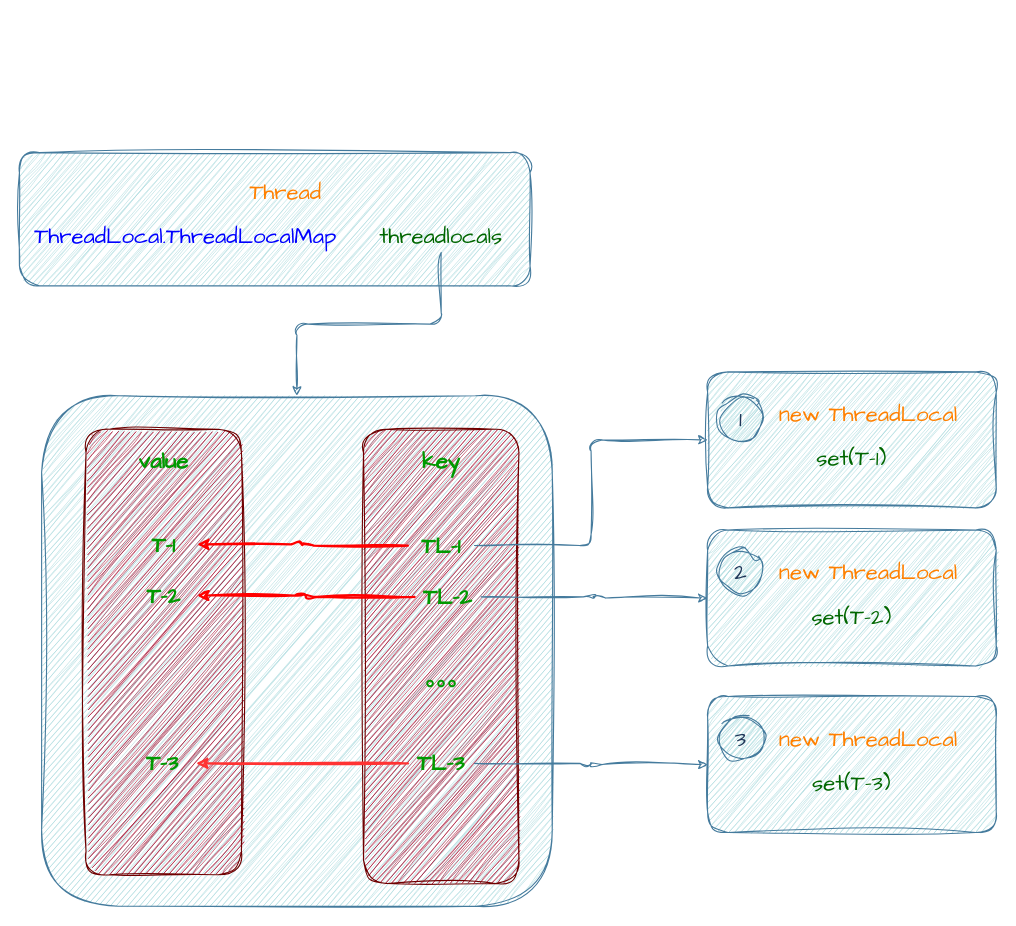
Earlier version of the draw.io diagram 未命名绘图.drawio (leeframe/picture). Source tidied: cells renumbered, new cells numbered last; positions are measured from the earlier drawing's top-left corner, leaving out a move shared by most shapes. Both pictures are drawn from the tidied source at 111%, with x=0, y=0 at pixel (19, 152).
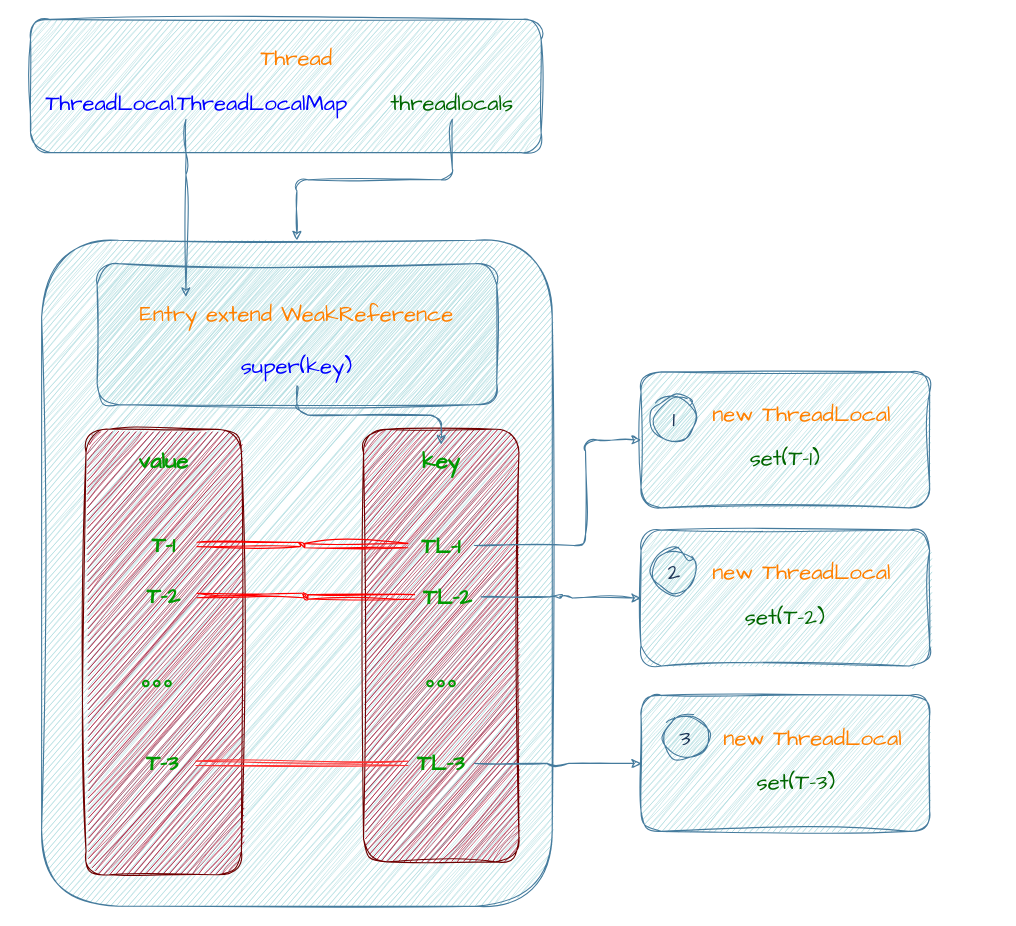
After the change.

Unchanged cells that the change refers to:
```xml
<mxCell id="11" value="key" style="text;html=1;strokeColor=none;fillColor=none;align=center;verticalAlign=middle;whiteSpace=wrap;rounded=0;fontSize=20;fontFamily=Architects Daughter;fontColor=#009900;fontStyle=1;" parent="7" vertex="1">
  <mxGeometry x="330" y="24" width="60" height="30" as="geometry" />
</mxCell>
<mxCell id="14" value="TL-1" style="text;html=1;strokeColor=none;fillColor=none;align=center;verticalAlign=middle;whiteSpace=wrap;rounded=0;fontSize=20;fontFamily=Architects Daughter;fontColor=#009900;fontStyle=1;" parent="7" vertex="1">
  <mxGeometry x="330" y="100" width="60" height="30" as="geometry" />
</mxCell>
<mxCell id="16" value="TL-2" style="text;html=1;strokeColor=none;fillColor=none;align=center;verticalAlign=middle;whiteSpace=wrap;rounded=0;fontSize=20;fontFamily=Architects Daughter;fontColor=#009900;fontStyle=1;" parent="7" vertex="1">
  <mxGeometry x="336" y="146.2" width="60" height="30" as="geometry" />
</mxCell>
<mxCell id="18" value="TL-3" style="text;html=1;strokeColor=none;fillColor=none;align=center;verticalAlign=middle;whiteSpace=wrap;rounded=0;fontSize=20;fontFamily=Architects Daughter;fontColor=#009900;fontStyle=1;" parent="7" vertex="1">
  <mxGeometry x="330" y="296.2" width="60" height="30" as="geometry" />
</mxCell>
<mxCell id="20" value="T-1" style="text;html=1;strokeColor=none;fillColor=none;align=center;verticalAlign=middle;whiteSpace=wrap;rounded=0;fontSize=20;fontFamily=Architects Daughter;fontColor=#009900;fontStyle=1;" parent="7" vertex="1">
  <mxGeometry x="80" y="99" width="60" height="30" as="geometry" />
</mxCell>
<mxCell id="21" value="T-2" style="text;html=1;strokeColor=none;fillColor=none;align=center;verticalAlign=middle;whiteSpace=wrap;rounded=0;fontSize=20;fontFamily=Architects Daughter;fontColor=#009900;fontStyle=1;" parent="7" vertex="1">
  <mxGeometry x="80" y="145" width="60" height="30" as="geometry" />
</mxCell>
<mxCell id="22" value="T-3" style="text;html=1;strokeColor=none;fillColor=none;align=center;verticalAlign=middle;whiteSpace=wrap;rounded=0;fontSize=20;fontFamily=Architects Daughter;fontColor=#009900;fontStyle=1;" parent="7" vertex="1">
  <mxGeometry x="79" y="296.2" width="60" height="30" as="geometry" />
</mxCell>
<mxCell id="24" style="group;" parent="23" vertex="1">
  <mxGeometry width="260" height="122.5" as="geometry" />
</mxCell>
<mxCell id="30" style="rounded=1;whiteSpace=wrap;html=1;shadow=0;labelBackgroundColor=none;fillColor=#A8DADC;strokeColor=#457B9D;fontColor=#1D3557;sketch=1;curveFitting=1;jiggle=2;" parent="29" vertex="1">
  <mxGeometry width="260" height="122.5" as="geometry" />
</mxCell>
```

What changed in the source:
```diff
@@
-    <mxCell id="2" style="rounded=1;whiteSpace=wrap;html=1;shadow=0;labelBackgroundColor=none;fillColor=#A8DADC;strokeColor=#457B9D;fontColor=#1D3557;sketch=1;curveFitting=1;jiggle=2;" parent="1" vertex="1">
-      <mxGeometry width="460" height="120" as="geometry" />
-    </mxCell>
-    <mxCell id="3" value="Thread" style="text;html=1;strokeColor=none;fillColor=none;align=center;verticalAlign=middle;whiteSpace=wrap;rounded=0;fontSize=20;fontFamily=Architects Daughter;fontColor=#FF8000;" parent="1" vertex="1">
-      <mxGeometry x="210" y="20" width="60" height="30" as="geometry" />
-    </mxCell>
-    <mxCell id="4" value="ThreadLocal.ThreadLocalMap" style="text;html=1;strokeColor=none;fillColor=none;align=center;verticalAlign=middle;whiteSpace=wrap;rounded=0;fontSize=20;fontFamily=Architects Daughter;fontColor=#0000FF;" parent="1" vertex="1">
-      <mxGeometry x="10" y="60" width="280" height="30" as="geometry" />
-    </mxCell>
-    <mxCell id="5" style="edgeStyle=orthogonalEdgeStyle;rounded=1;sketch=1;hachureGap=4;jiggle=2;curveFitting=1;jettySize=auto;html=1;strokeColor=#457B9D;fontFamily=Architects Daughter;fontSize=16;fontColor=#1D3557;fillColor=#A8DADC;" parent="1" edge="1" source="6" target="8">
-      <mxGeometry relative="1" as="geometry" />
-    </mxCell>
-    <mxCell id="6" value="threadlocals" style="text;html=1;strokeColor=none;fillColor=none;align=center;verticalAlign=middle;whiteSpace=wrap;rounded=0;fontSize=20;fontFamily=Architects Daughter;fontColor=#006600;" parent="1" vertex="1">
-      <mxGeometry x="310" y="60" width="140" height="30" as="geometry" />
-    </mxCell>
+    <mxCell id="42" style="group;" parent="1" vertex="1">
+      <mxGeometry x="10" y="-120" width="870" height="799" as="geometry" />
+    </mxCell>
-    <mxCell id="7" style="group;" parent="1" vertex="1">
-      <mxGeometry x="20" y="239" width="460" height="440" as="geometry" />
+    <mxCell id="7" style="group;" parent="42" vertex="1">
+      <mxGeometry x="10" y="359" width="460" height="440" as="geometry" />
     </mxCell>
     <mxCell id="8" style="rounded=1;whiteSpace=wrap;html=1;shadow=0;labelBackgroundColor=none;fillColor=#A8DADC;strokeColor=#457B9D;fontColor=#1D3557;sketch=1;curveFitting=1;jiggle=2;" parent="7" vertex="1">
-      <mxGeometry y="-20" width="460" height="460" as="geometry" />
+      <mxGeometry y="-160" width="460" height="600" as="geometry" />
     </mxCell>
@@
     <mxCell id="10" style="rounded=1;whiteSpace=wrap;html=1;shadow=0;labelBackgroundColor=none;fillColor=#a20025;strokeColor=#6F0000;sketch=1;curveFitting=1;jiggle=2;fontColor=#ffffff;" parent="7" vertex="1">
-      <mxGeometry x="290" y="10.2" width="140" height="409.3" as="geometry" />
+      <mxGeometry x="290" y="10.2" width="140" height="389.8" as="geometry" />
     </mxCell>
@@
-    <mxCell id="13" style="edgeStyle=orthogonalEdgeStyle;rounded=1;sketch=1;hachureGap=4;jiggle=2;curveFitting=1;jettySize=auto;html=1;entryX=1;entryY=0.5;entryDx=0;entryDy=0;strokeColor=#FF0000;fontFamily=Architects Daughter;fontSize=16;fontColor=#1D3557;fillColor=#A8DADC;strokeWidth=2;" parent="7" edge="1" source="14" target="20">
+    <mxCell id="13" style="edgeStyle=orthogonalEdgeStyle;rounded=1;sketch=1;hachureGap=4;jiggle=2;curveFitting=1;jettySize=auto;html=1;entryX=1;entryY=0.5;entryDx=0;entryDy=0;strokeColor=#FF0000;fontFamily=Architects Daughter;fontSize=16;fontColor=#1D3557;fillColor=#A8DADC;strokeWidth=1;shape=link;" parent="7" edge="1" source="14" target="20">
       <mxGeometry relative="1" as="geometry" />
     </mxCell>
@@
-    <mxCell id="15" style="edgeStyle=orthogonalEdgeStyle;rounded=1;sketch=1;hachureGap=4;jiggle=2;curveFitting=1;jettySize=auto;html=1;entryX=1;entryY=0.5;entryDx=0;entryDy=0;strokeColor=#FF0000;fontFamily=Architects Daughter;fontSize=16;fontColor=#1D3557;fillColor=#A8DADC;strokeWidth=2;" parent="7" edge="1" source="16" target="21">
+    <mxCell id="15" style="edgeStyle=orthogonalEdgeStyle;rounded=1;sketch=1;hachureGap=4;jiggle=2;curveFitting=1;jettySize=auto;html=1;entryX=1;entryY=0.5;entryDx=0;entryDy=0;strokeColor=#FF0000;fontFamily=Architects Daughter;fontSize=16;fontColor=#1D3557;fillColor=#A8DADC;strokeWidth=1;shape=link;" parent="7" edge="1" source="16" target="21">
       <mxGeometry relative="1" as="geometry" />
     </mxCell>
@@
-    <mxCell id="17" style="edgeStyle=orthogonalEdgeStyle;rounded=1;sketch=1;hachureGap=4;jiggle=2;curveFitting=1;jettySize=auto;html=1;entryX=1;entryY=0.5;entryDx=0;entryDy=0;strokeColor=#FF3333;fontFamily=Architects Daughter;fontSize=16;fontColor=#1D3557;fillColor=#A8DADC;strokeWidth=2;" parent="7" edge="1" source="18" target="22">
+    <mxCell id="17" style="edgeStyle=orthogonalEdgeStyle;rounded=1;sketch=1;hachureGap=4;jiggle=2;curveFitting=1;jettySize=auto;html=1;entryX=1;entryY=0.5;entryDx=0;entryDy=0;strokeColor=#FF3333;fontFamily=Architects Daughter;fontSize=16;fontColor=#1D3557;fillColor=#A8DADC;strokeWidth=1;shape=link;" parent="7" edge="1" source="18" target="22">
       <mxGeometry relative="1" as="geometry" />
     </mxCell>
@@
+    <mxCell id="43" value="。。。" style="text;html=1;strokeColor=none;fillColor=none;align=center;verticalAlign=middle;whiteSpace=wrap;rounded=0;fontSize=20;fontFamily=Architects Daughter;fontColor=#009900;fontStyle=1;" parent="7" vertex="1">
+      <mxGeometry x="80" y="220" width="60" height="30" as="geometry" />
+    </mxCell>
+    <mxCell id="44" style="group;" parent="7" vertex="1">
+      <mxGeometry x="50" y="-139" width="360" height="127" as="geometry" />
+    </mxCell>
+    <mxCell id="45" style="rounded=1;whiteSpace=wrap;html=1;shadow=0;labelBackgroundColor=none;fillColor=#A8DADC;strokeColor=#457B9D;fontColor=#1D3557;sketch=1;curveFitting=1;jiggle=2;" parent="44" vertex="1">
+      <mxGeometry width="360" height="127" as="geometry" />
+    </mxCell>
+    <mxCell id="46" value="Entry extend WeakReference" style="text;html=1;strokeColor=none;fillColor=none;align=center;verticalAlign=middle;whiteSpace=wrap;rounded=0;fontSize=20;fontFamily=Architects Daughter;fontColor=#FF8000;" parent="44" vertex="1">
+      <mxGeometry x="20" y="30" width="320" height="30" as="geometry" />
+    </mxCell>
+    <mxCell id="47" value="super(key)" style="text;html=1;strokeColor=none;fillColor=none;align=center;verticalAlign=middle;whiteSpace=wrap;rounded=0;fontSize=20;fontFamily=Architects Daughter;fontColor=#0000FF;" parent="44" vertex="1">
+      <mxGeometry x="40" y="73" width="280" height="37" as="geometry" />
+    </mxCell>
+    <mxCell id="48" style="edgeStyle=orthogonalEdgeStyle;rounded=1;sketch=1;hachureGap=4;jiggle=2;curveFitting=1;jettySize=auto;html=1;strokeColor=#457B9D;fontFamily=Architects Daughter;fontSize=16;fontColor=#1D3557;fillColor=#A8DADC;" parent="7" edge="1" source="47" target="11">
+      <mxGeometry relative="1" as="geometry" />
+    </mxCell>
-    <mxCell id="23" style="group;" parent="1" vertex="1">
-      <mxGeometry x="620" y="197.5" width="260" height="415" as="geometry" />
+    <mxCell id="23" style="group;" parent="42" vertex="1">
+      <mxGeometry x="610" y="317.5" width="260" height="425" as="geometry" />
     </mxCell>
@@
     <mxCell id="25" style="rounded=1;whiteSpace=wrap;html=1;shadow=0;labelBackgroundColor=none;fillColor=#A8DADC;strokeColor=#457B9D;fontColor=#1D3557;sketch=1;curveFitting=1;jiggle=2;" parent="24" vertex="1">
-      <mxGeometry width="260" height="122.5" as="geometry" />
+      <mxGeometry x="-60" width="260" height="122.5" as="geometry" />
     </mxCell>
     <mxCell id="26" value="new ThreadLocal" style="text;html=1;strokeColor=none;fillColor=none;align=center;verticalAlign=middle;whiteSpace=wrap;rounded=0;fontSize=20;fontFamily=Architects Daughter;fontColor=#FF8000;" parent="24" vertex="1">
-      <mxGeometry x="50" y="22.5" width="190" height="30" as="geometry" />
+      <mxGeometry x="-10" y="22.5" width="190" height="30" as="geometry" />
     </mxCell>
     <mxCell id="27" value="set(T-1)" style="text;html=1;strokeColor=none;fillColor=none;align=center;verticalAlign=middle;whiteSpace=wrap;rounded=0;fontSize=20;fontFamily=Architects Daughter;fontColor=#006600;" parent="24" vertex="1">
-      <mxGeometry x="60" y="62.5" width="140" height="30" as="geometry" />
+      <mxGeometry y="62.5" width="140" height="30" as="geometry" />
     </mxCell>
-    <mxCell id="28" value="1" style="ellipse;whiteSpace=wrap;html=1;rounded=1;sketch=1;hachureGap=4;jiggle=2;curveFitting=1;strokeColor=#457B9D;fontFamily=Architects Daughter;fontSize=20;fontColor=#1D3557;fillColor=#A8DADC;" parent="24" vertex="1">
-      <mxGeometry x="10" y="22.5" width="40" height="40" as="geometry" />
-    </mxCell>
     <mxCell id="29" style="group;" parent="23" vertex="1">
-      <mxGeometry y="142.5" width="260" height="122.5" as="geometry" />
+      <mxGeometry x="-60" y="142.5" width="260" height="122.5" as="geometry" />
     </mxCell>
@@
     <mxCell id="34" style="group;" parent="23" vertex="1">
-      <mxGeometry y="292.5" width="260" height="122.5" as="geometry" />
+      <mxGeometry x="-50" y="291.5" width="260" height="122.5" as="geometry" />
     </mxCell>
     <mxCell id="35" style="rounded=1;whiteSpace=wrap;html=1;shadow=0;labelBackgroundColor=none;fillColor=#A8DADC;strokeColor=#457B9D;fontColor=#1D3557;sketch=1;curveFitting=1;jiggle=2;" parent="34" vertex="1">
-      <mxGeometry width="260" height="122.5" as="geometry" />
+      <mxGeometry x="-10" width="260" height="122.5" as="geometry" />
     </mxCell>
@@
-    <mxCell id="39" style="edgeStyle=orthogonalEdgeStyle;rounded=1;sketch=1;hachureGap=4;jiggle=2;curveFitting=1;jettySize=auto;html=1;entryX=0;entryY=0.5;entryDx=0;entryDy=0;strokeColor=#457B9D;fontFamily=Architects Daughter;fontSize=16;fontColor=#1D3557;fillColor=#A8DADC;" parent="1" edge="1" source="14" target="25">
-      <mxGeometry relative="1" as="geometry" />
+    <mxCell id="39" style="edgeStyle=orthogonalEdgeStyle;rounded=1;sketch=1;hachureGap=4;jiggle=2;curveFitting=1;jettySize=auto;html=1;entryX=0;entryY=0.5;entryDx=0;entryDy=0;strokeColor=#457B9D;fontFamily=Architects Daughter;fontSize=16;fontColor=#1D3557;fillColor=#A8DADC;" parent="42" edge="1" source="14" target="25">
+      <mxGeometry relative="1" as="geometry">
+        <Array as="points">
+          <mxPoint x="500" y="474" />
+          <mxPoint x="500" y="379" />
+        </Array>
+      </mxGeometry>
     </mxCell>
-    <mxCell id="40" style="edgeStyle=orthogonalEdgeStyle;rounded=1;sketch=1;hachureGap=4;jiggle=2;curveFitting=1;jettySize=auto;html=1;entryX=0;entryY=0.5;entryDx=0;entryDy=0;strokeColor=#457B9D;fontFamily=Architects Daughter;fontSize=16;fontColor=#1D3557;fillColor=#A8DADC;" parent="1" edge="1" source="16" target="30">
+    <mxCell id="40" style="edgeStyle=orthogonalEdgeStyle;rounded=1;sketch=1;hachureGap=4;jiggle=2;curveFitting=1;jettySize=auto;html=1;entryX=0;entryY=0.5;entryDx=0;entryDy=0;strokeColor=#457B9D;fontFamily=Architects Daughter;fontSize=16;fontColor=#1D3557;fillColor=#A8DADC;" parent="42" edge="1" source="16" target="30">
       <mxGeometry relative="1" as="geometry" />
     </mxCell>
-    <mxCell id="41" style="edgeStyle=orthogonalEdgeStyle;rounded=1;sketch=1;hachureGap=4;jiggle=2;curveFitting=1;jettySize=auto;html=1;entryX=0;entryY=0.5;entryDx=0;entryDy=0;strokeColor=#457B9D;fontFamily=Architects Daughter;fontSize=16;fontColor=#1D3557;fillColor=#A8DADC;" parent="1" edge="1" source="18" target="35">
+    <mxCell id="41" style="edgeStyle=orthogonalEdgeStyle;rounded=1;sketch=1;hachureGap=4;jiggle=2;curveFitting=1;jettySize=auto;html=1;entryX=0;entryY=0.5;entryDx=0;entryDy=0;strokeColor=#457B9D;fontFamily=Architects Daughter;fontSize=16;fontColor=#1D3557;fillColor=#A8DADC;" parent="42" edge="1" source="18" target="35">
       <mxGeometry relative="1" as="geometry" />
     </mxCell>
+    <mxCell id="49" style="group;" parent="42" vertex="1">
+      <mxGeometry width="460" height="120" as="geometry" />
+    </mxCell>
+    <mxCell id="2" style="rounded=1;whiteSpace=wrap;html=1;shadow=0;labelBackgroundColor=none;fillColor=#A8DADC;strokeColor=#457B9D;fontColor=#1D3557;sketch=1;curveFitting=1;jiggle=2;" parent="49" vertex="1">
+      <mxGeometry width="460" height="120" as="geometry" />
+    </mxCell>
+    <mxCell id="3" value="Thread" style="text;html=1;strokeColor=none;fillColor=none;align=center;verticalAlign=middle;whiteSpace=wrap;rounded=0;fontSize=20;fontFamily=Architects Daughter;fontColor=#FF8000;" parent="49" vertex="1">
+      <mxGeometry x="210" y="20" width="60" height="30" as="geometry" />
+    </mxCell>
+    <mxCell id="4" value="ThreadLocal.ThreadLocalMap" style="text;html=1;strokeColor=none;fillColor=none;align=center;verticalAlign=middle;whiteSpace=wrap;rounded=0;fontSize=20;fontFamily=Architects Daughter;fontColor=#0000FF;" parent="49" vertex="1">
+      <mxGeometry x="10" y="60" width="280" height="30" as="geometry" />
+    </mxCell>
+    <mxCell id="6" value="threadlocals" style="text;html=1;strokeColor=none;fillColor=none;align=center;verticalAlign=middle;whiteSpace=wrap;rounded=0;fontSize=20;fontFamily=Architects Daughter;fontColor=#006600;" parent="49" vertex="1">
+      <mxGeometry x="310" y="60" width="140" height="30" as="geometry" />
+    </mxCell>
+    <mxCell id="5" style="edgeStyle=orthogonalEdgeStyle;rounded=1;sketch=1;hachureGap=4;jiggle=2;curveFitting=1;jettySize=auto;html=1;strokeColor=#457B9D;fontFamily=Architects Daughter;fontSize=16;fontColor=#1D3557;fillColor=#A8DADC;" parent="42" edge="1" source="6" target="8">
+      <mxGeometry relative="1" as="geometry" />
+    </mxCell>
+    <mxCell id="28" value="1" style="ellipse;whiteSpace=wrap;html=1;rounded=1;sketch=1;hachureGap=4;jiggle=2;curveFitting=1;strokeColor=#457B9D;fontFamily=Architects Daughter;fontSize=20;fontColor=#1D3557;fillColor=#A8DADC;" parent="42" vertex="1">
+      <mxGeometry x="560" y="340" width="40" height="40" as="geometry" />
+    </mxCell>
+    <mxCell id="50" style="edgeStyle=orthogonalEdgeStyle;rounded=1;sketch=1;hachureGap=4;jiggle=2;curveFitting=1;jettySize=auto;html=1;strokeColor=#457B9D;fontFamily=Architects Daughter;fontSize=16;fontColor=#1D3557;fillColor=#A8DADC;" parent="42" edge="1" source="4" target="46">
+      <mxGeometry relative="1" as="geometry">
+        <Array as="points">
+          <mxPoint x="140" y="130" />
+          <mxPoint x="140" y="130" />
+        </Array>
+      </mxGeometry>
+    </mxCell>
```
